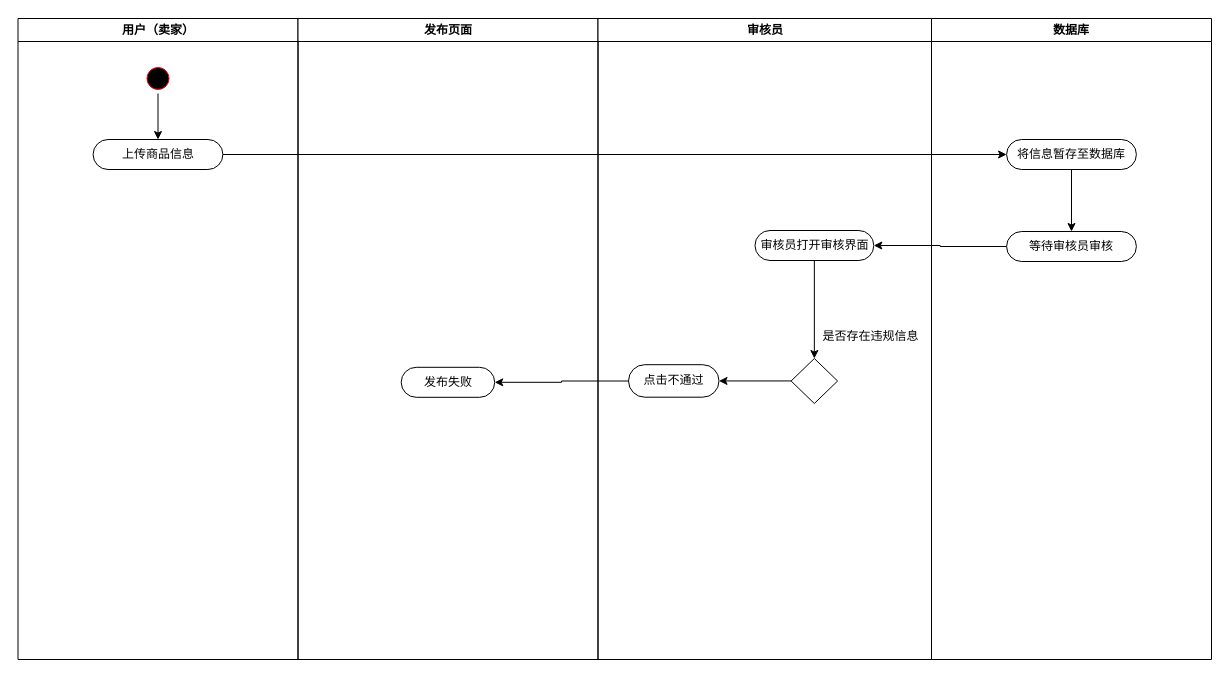
200928/image keeps this draw.io diagram as 商品审核活动图.drawio. Above is the earlier version. Source tidied: cells renumbered, new cells numbered last; positions are measured from the earlier drawing's top-left corner, leaving out a move shared by most shapes. Both pictures are drawn from the tidied source at 100%, with x=0, y=0 at pixel (17, 18).
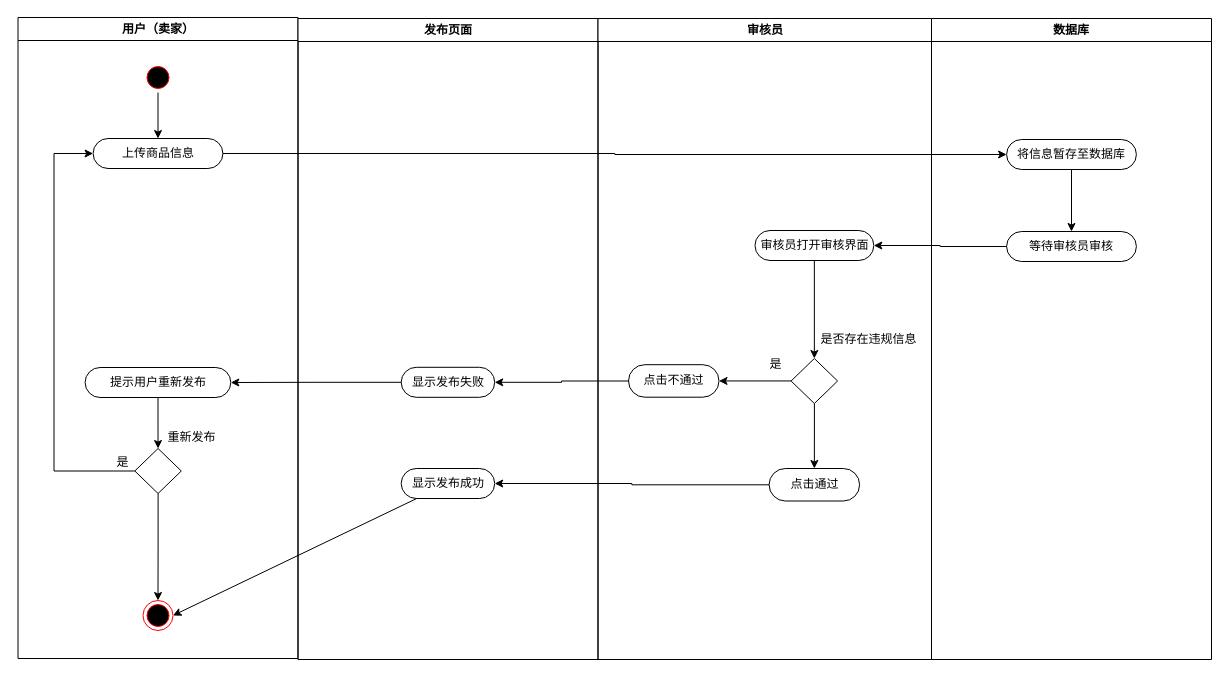
After the change.

Commit message (it also covers changes not shown here):
更新商品审核活动图.drawio

The change refers to these unchanged cells:
```xml
<mxCell id="5" value="上传商品信息" style="rounded=1;whiteSpace=wrap;html=1;arcSize=50;" parent="2" vertex="1">
  <mxGeometry x="75.1" y="121" width="129.8" height="30" as="geometry" />
</mxCell>
<mxCell id="6" value="发布页面" style="swimlane;whiteSpace=wrap;" parent="1" vertex="1">
  <mxGeometry x="280.5" width="300" height="641" as="geometry" />
</mxCell>
<mxCell id="8" value="审核员" style="swimlane;whiteSpace=wrap;" parent="1" vertex="1">
  <mxGeometry x="580.5" width="333.5" height="641" as="geometry" />
</mxCell>
<mxCell id="12" style="rhombus;whiteSpace=wrap;html=1;" parent="8" vertex="1">
  <mxGeometry x="193.1" y="340" width="46.5" height="45" as="geometry" />
</mxCell>
```

What changed in the source:
```diff
@@
     <mxCell id="2" value="用户（卖家）" style="swimlane;whiteSpace=wrap;" parent="1" vertex="1">
-      <mxGeometry x="0.5" width="280" height="641" as="geometry" />
+      <mxGeometry x="0.5" y="-1" width="280" height="641" as="geometry" />
     </mxCell>
@@
+    <mxCell id="22" style="edgeStyle=orthogonalEdgeStyle;rounded=0;jettySize=auto;html=1;entryX=0.5;entryY=0;entryDx=0;entryDy=0;" parent="2" edge="1" source="23" target="26">
+      <mxGeometry relative="1" as="geometry" />
+    </mxCell>
+    <mxCell id="23" value="提示用户重新发布" style="rounded=1;whiteSpace=wrap;html=1;arcSize=50;" parent="2" vertex="1">
+      <mxGeometry x="67.1" y="350" width="145.7" height="30" as="geometry" />
+    </mxCell>
+    <mxCell id="24" style="edgeStyle=orthogonalEdgeStyle;rounded=0;jettySize=auto;html=1;entryX=0;entryY=0.5;entryDx=0;entryDy=0;" parent="2" edge="1" source="26" target="5">
+      <mxGeometry relative="1" as="geometry">
+        <Array as="points">
+          <mxPoint x="36" y="453" />
+          <mxPoint x="36" y="136" />
+        </Array>
+      </mxGeometry>
+    </mxCell>
+    <mxCell id="25" style="edgeStyle=orthogonalEdgeStyle;rounded=0;jettySize=auto;html=1;entryX=0.5;entryY=0;entryDx=0;entryDy=0;" parent="2" edge="1" source="26" target="28">
+      <mxGeometry relative="1" as="geometry" />
+    </mxCell>
+    <mxCell id="26" style="rhombus;whiteSpace=wrap;html=1;" parent="2" vertex="1">
+      <mxGeometry x="116.8" y="431" width="46.5" height="45" as="geometry" />
+    </mxCell>
+    <mxCell id="27" value="重新发布" style="text;html=1;align=center;verticalAlign=middle;strokeColor=none;fillColor=none;" parent="2" vertex="1">
+      <mxGeometry x="144.5" y="411" width="58" height="18" as="geometry" />
+    </mxCell>
+    <mxCell id="28" style="ellipse;html=1;shape=endState;fillColor=#000000;strokeColor=#ff0000;" parent="2" vertex="1">
+      <mxGeometry x="125" y="583" width="30" height="30" as="geometry" />
+    </mxCell>
@@
-    <mxCell id="7" value="发布失败" style="rounded=1;whiteSpace=wrap;html=1;arcSize=50;" parent="6" vertex="1">
+    <mxCell id="7" value="显示发布失败" style="rounded=1;whiteSpace=wrap;html=1;arcSize=50;" parent="6" vertex="1">
       <mxGeometry x="103.2" y="348.8" width="93.5" height="30" as="geometry" />
     </mxCell>
+    <mxCell id="29" value="显示发布成功" style="rounded=1;whiteSpace=wrap;html=1;arcSize=50;" parent="6" vertex="1">
+      <mxGeometry x="103.2" y="450" width="93.5" height="30" as="geometry" />
+    </mxCell>
@@
+    <mxCell id="30" style="edgeStyle=orthogonalEdgeStyle;rounded=0;jettySize=auto;html=1;entryX=0.5;entryY=0;entryDx=0;entryDy=0;" parent="8" edge="1" source="12" target="32">
+      <mxGeometry relative="1" as="geometry" />
+    </mxCell>
@@
     <mxCell id="13" value="是否存在违规信息" style="text;html=1;align=center;verticalAlign=middle;strokeColor=none;fillColor=none;" parent="8" vertex="1">
-      <mxGeometry x="219.9" y="309" width="106" height="18" as="geometry" />
+      <mxGeometry x="217.5" y="311.5" width="106" height="18" as="geometry" />
     </mxCell>
@@
+    <mxCell id="31" value="是" style="text;html=1;align=center;verticalAlign=middle;strokeColor=none;fillColor=none;" parent="8" vertex="1">
+      <mxGeometry x="166.5" y="337" width="22" height="18" as="geometry" />
+    </mxCell>
+    <mxCell id="32" value="点击通过" style="rounded=1;whiteSpace=wrap;html=1;arcSize=50;" parent="8" vertex="1">
+      <mxGeometry x="171.1" y="450" width="90.5" height="32.5" as="geometry" />
+    </mxCell>
@@
+    <mxCell id="33" style="edgeStyle=orthogonalEdgeStyle;rounded=0;jettySize=auto;html=1;entryX=1;entryY=0.5;entryDx=0;entryDy=0;" parent="1" edge="1" source="32" target="29">
+      <mxGeometry relative="1" as="geometry" />
+    </mxCell>
+    <mxCell id="34" style="edgeStyle=orthogonalEdgeStyle;rounded=0;jettySize=auto;html=1;entryX=1;entryY=0.5;entryDx=0;entryDy=0;" parent="1" edge="1" source="7" target="23">
+      <mxGeometry relative="1" as="geometry" />
+    </mxCell>
+    <mxCell id="35" value="是" style="text;html=1;align=center;verticalAlign=middle;strokeColor=none;fillColor=none;" parent="1" vertex="1">
+      <mxGeometry x="94" y="435" width="22" height="18" as="geometry" />
+    </mxCell>
+    <mxCell id="36" style="rounded=0;jettySize=auto;html=1;entryX=1;entryY=0.5;entryDx=0;entryDy=0;" parent="1" edge="1" source="29" target="28">
+      <mxGeometry relative="1" as="geometry" />
+    </mxCell>
```
